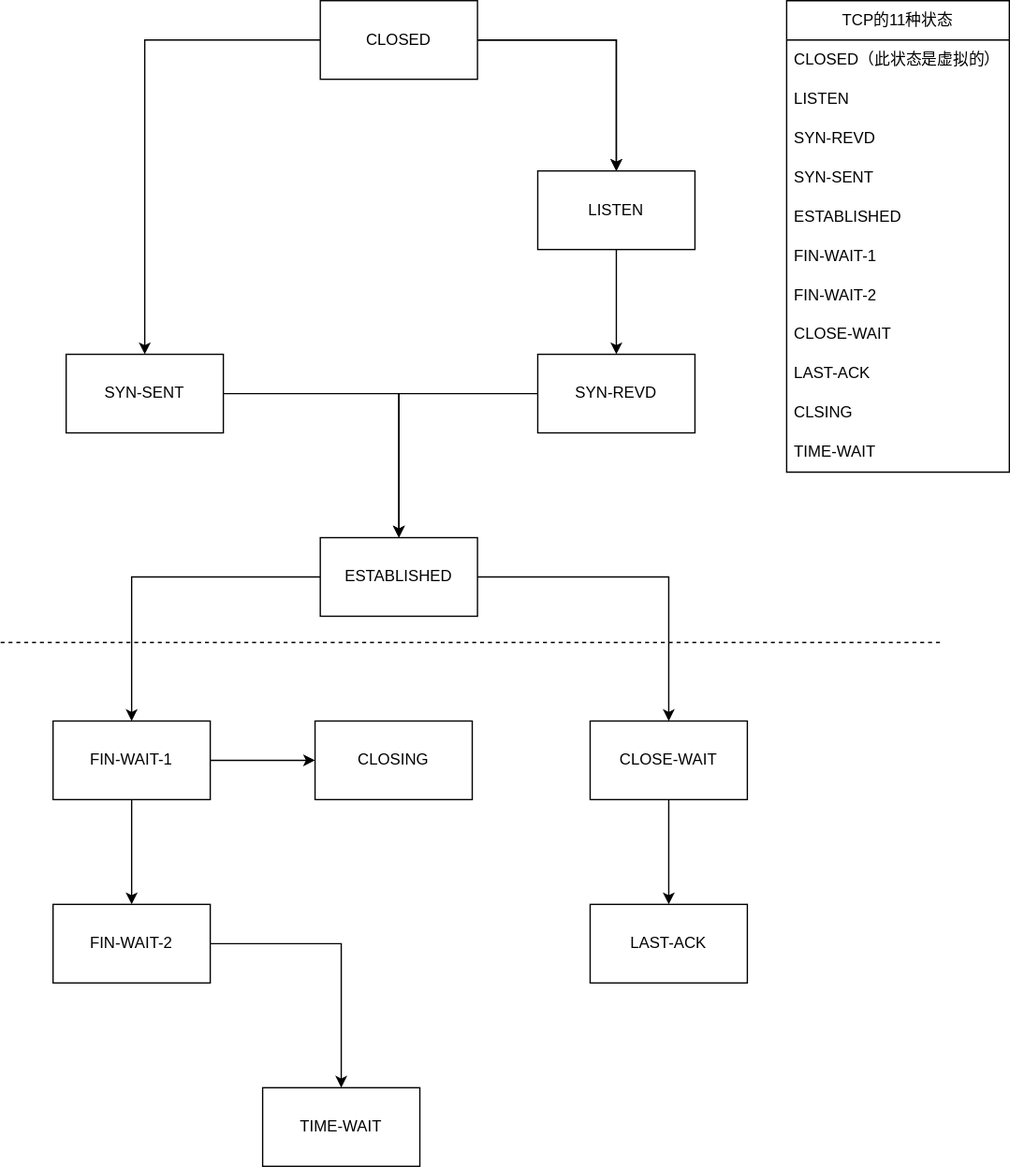
Above: TCP状态.drawio.svg in WithoutCause/draw.io (draw.io), before the change. Source tidied: cells renumbered, new cells last; positions are measured from the earlier drawing's top-left corner, leaving out a move shared by most shapes.
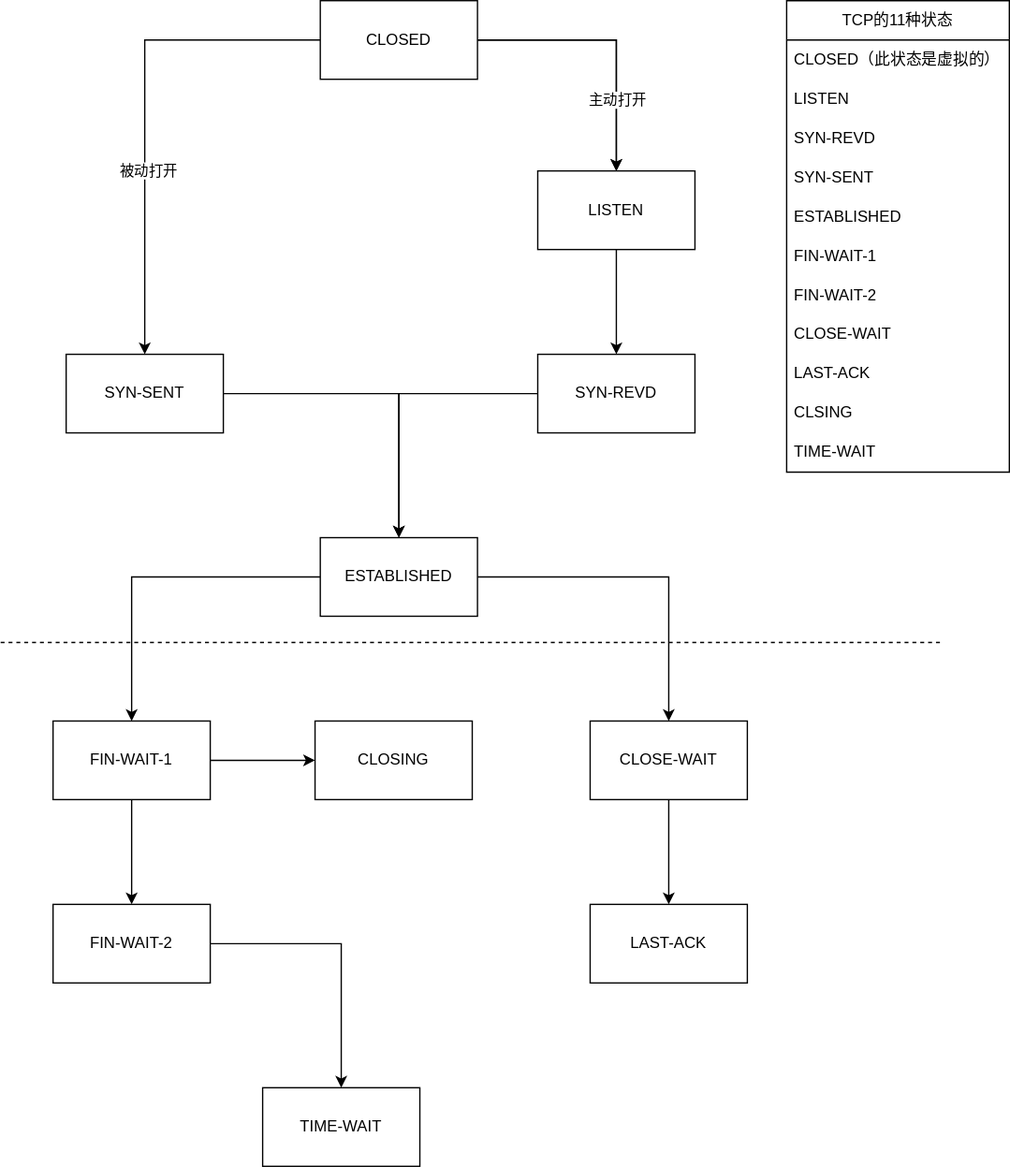
Later version of the same file.

Commit message:
完善断开连接状态

Diff of the diagram source:
```diff
@@ -8,9 +8,15 @@
     <mxCell id="3" style="edgeStyle=orthogonalEdgeStyle;rounded=0;jettySize=auto;html=1;" parent="1" edge="1" source="5" target="7">
       <mxGeometry relative="1" as="geometry" />
     </mxCell>
+    <mxCell id="38" value="主动打开" style="edgeLabel;html=1;align=center;verticalAlign=middle;" parent="3" vertex="1">
+      <mxGeometry x="0.47" relative="1" as="geometry" />
+    </mxCell>
     <mxCell id="4" style="edgeStyle=orthogonalEdgeStyle;rounded=0;jettySize=auto;html=1;" parent="1" edge="1" source="5" target="11">
       <mxGeometry relative="1" as="geometry" />
     </mxCell>
+    <mxCell id="39" value="被动打开" style="edgeLabel;html=1;align=center;verticalAlign=middle;" parent="4" vertex="1">
+      <mxGeometry x="0.25" y="2" relative="1" as="geometry" />
+    </mxCell>
     <mxCell id="5" value="CLOSED" style="rounded=0;whiteSpace=wrap;html=1;" parent="1" vertex="1">
       <mxGeometry x="244" width="120" height="60" as="geometry" />
     </mxCell>
```
